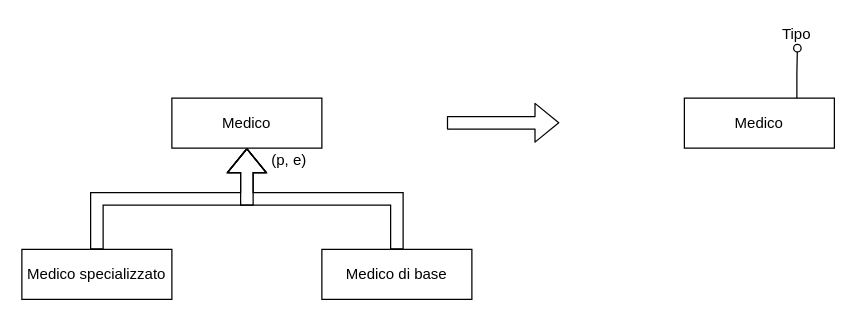
TheFlonet/DB keeps this draw.io diagram as page "Gen.Medico" (5 of 8) of ER.drawio. Above is the earlier version. Source tidied: cells renumbered, new cells numbered last; positions are measured from the earlier drawing's top-left corner, leaving out a move shared by most shapes. Both pictures are drawn from the tidied source at 125%, with x=0, y=0 at pixel (21, 21).
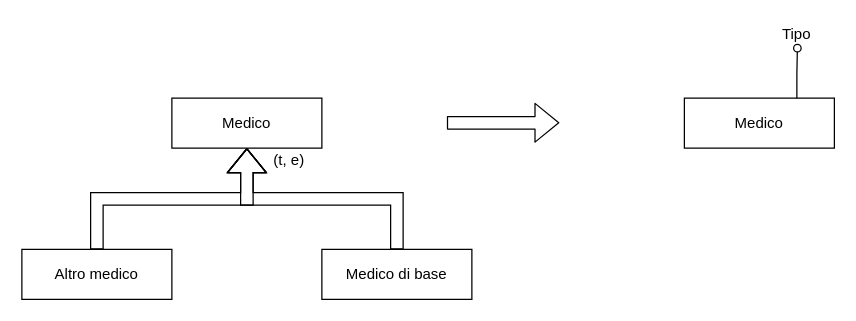
The same diagram, later.

Change to the diagram source:
```diff
@@
 <mxGraphModel>
   <root>
     <mxCell id="0" />
     <mxCell id="1" parent="0" />
     <mxCell id="2" style="edgeStyle=orthogonalEdgeStyle;shape=flexArrow;rounded=0;jettySize=auto;html=1;exitX=0.5;exitY=0;exitDx=0;exitDy=0;endArrow=block;endFill=0;" parent="1" edge="1" source="3" target="6">
       <mxGeometry relative="1" as="geometry" />
     </mxCell>
     <mxCell id="3" value="Medico di base" style="whiteSpace=wrap;html=1;align=center;" parent="1" vertex="1">
       <mxGeometry x="240" y="182" width="120" height="40" as="geometry" />
     </mxCell>
     <mxCell id="4" style="edgeStyle=orthogonalEdgeStyle;shape=flexArrow;rounded=0;jettySize=auto;html=1;exitX=0.5;exitY=0;exitDx=0;exitDy=0;entryX=0.5;entryY=1;entryDx=0;entryDy=0;endArrow=block;endFill=0;" parent="1" edge="1" source="5" target="6">
       <mxGeometry relative="1" as="geometry" />
     </mxCell>
-    <mxCell id="5" value="Medico specializzato" style="whiteSpace=wrap;html=1;align=center;" parent="1" vertex="1">
+    <mxCell id="5" value="Altro medico" style="whiteSpace=wrap;html=1;align=center;" parent="1" vertex="1">
       <mxGeometry y="182" width="120" height="40" as="geometry" />
     </mxCell>
     <mxCell id="6" value="Medico" style="whiteSpace=wrap;html=1;align=center;" parent="1" vertex="1">
       <mxGeometry x="120" y="61" width="120" height="40" as="geometry" />
     </mxCell>
-    <mxCell id="7" value="(p, e)" style="text;html=1;strokeColor=none;fillColor=none;align=center;verticalAlign=middle;whiteSpace=wrap;rounded=0;" parent="1" vertex="1">
+    <mxCell id="7" value="(t, e)" style="text;html=1;strokeColor=none;fillColor=none;align=center;verticalAlign=middle;whiteSpace=wrap;rounded=0;" parent="1" vertex="1">
       <mxGeometry x="194" y="101" width="40" height="20" as="geometry" />
     </mxCell>
     <mxCell id="8" style="shape=flexArrow;endArrow=classic;html=1;" parent="1" edge="1">
       <mxGeometry relative="1" as="geometry">
         <mxPoint x="340" y="80.7" as="sourcePoint" />
         <mxPoint x="430" y="80.7" as="targetPoint" />
       </mxGeometry>
     </mxCell>
     <mxCell id="9" value="Medico" style="whiteSpace=wrap;html=1;align=center;" parent="1" vertex="1">
       <mxGeometry x="530" y="61" width="120" height="40" as="geometry" />
     </mxCell>
     <mxCell id="10" style="edgeStyle=orthogonalEdgeStyle;rounded=0;orthogonalLoop=1;jettySize=auto;html=1;exitX=0.5;exitY=0;exitDx=0;exitDy=0;startArrow=none;startFill=0;endArrow=oval;endFill=0;" parent="1" edge="1">
       <mxGeometry relative="1" as="geometry">
         <mxPoint x="620" y="61" as="sourcePoint" />
         <mxPoint x="620.4" y="21" as="targetPoint" />
         <Array as="points">
           <mxPoint x="620" y="41" />
         </Array>
       </mxGeometry>
     </mxCell>
     <mxCell id="11" value="Tipo" style="text;html=1;strokeColor=none;fillColor=none;align=center;verticalAlign=middle;whiteSpace=wrap;rounded=0;" parent="1" vertex="1">
       <mxGeometry x="600" width="40" height="20" as="geometry" />
     </mxCell>
   </root>
 </mxGraphModel>
```
